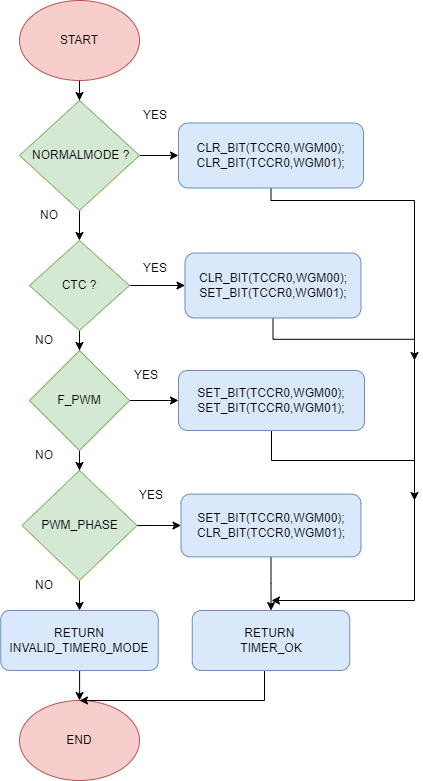
Elpolaky/Sprints keeps this draw.io diagram as Sprints_tasks/6- Embedded Systems Level 1/4- LED sequence V3.0/Design and Decumentation/APIS Design/5 - TIMER/TIMER_0_INIT.png. Above is the earlier version. Source tidied: cells renumbered, new cells last; positions are measured from the earlier drawing's top-left corner, leaving out a move shared by most shapes. The source it was exported from:
```xml
<mxGraphModel background="#ffffff">
  <root>
    <mxCell id="0" />
    <mxCell id="1" parent="0" />
    <mxCell id="2" style="edgeStyle=orthogonalEdgeStyle;rounded=0;jettySize=auto;html=1;entryX=0.5;entryY=0;entryDx=0;entryDy=0;" parent="1" edge="1" source="3" target="6">
      <mxGeometry relative="1" as="geometry" />
    </mxCell>
    <mxCell id="3" value="START" style="ellipse;whiteSpace=wrap;html=1;fillColor=#f8cecc;strokeColor=#b85450;" parent="1" vertex="1">
      <mxGeometry x="19" width="120" height="80" as="geometry" />
    </mxCell>
    <mxCell id="4" style="edgeStyle=orthogonalEdgeStyle;rounded=0;jettySize=auto;html=1;exitX=1;exitY=0.5;exitDx=0;exitDy=0;entryX=0;entryY=0.5;entryDx=0;entryDy=0;" parent="1" edge="1" source="6" target="17">
      <mxGeometry relative="1" as="geometry" />
    </mxCell>
    <mxCell id="5" style="edgeStyle=orthogonalEdgeStyle;rounded=0;jettySize=auto;html=1;" parent="1" edge="1" source="6" target="9">
      <mxGeometry relative="1" as="geometry" />
    </mxCell>
    <mxCell id="6" value="&amp;nbsp;NORMALMODE ?" style="rhombus;whiteSpace=wrap;html=1;fillColor=#d5e8d4;strokeColor=#82b366;" parent="1" vertex="1">
      <mxGeometry x="19" y="100" width="120" height="110" as="geometry" />
    </mxCell>
    <mxCell id="7" style="edgeStyle=orthogonalEdgeStyle;rounded=0;jettySize=auto;html=1;exitX=1;exitY=0.5;exitDx=0;exitDy=0;entryX=0;entryY=0.5;entryDx=0;entryDy=0;" parent="1" edge="1" source="9" target="19">
      <mxGeometry relative="1" as="geometry" />
    </mxCell>
    <mxCell id="8" style="edgeStyle=orthogonalEdgeStyle;rounded=0;jettySize=auto;html=1;" parent="1" edge="1" source="9" target="12">
      <mxGeometry relative="1" as="geometry" />
    </mxCell>
    <mxCell id="9" value="CTC ?" style="rhombus;whiteSpace=wrap;html=1;fillColor=#d5e8d4;strokeColor=#82b366;" parent="1" vertex="1">
      <mxGeometry x="29" y="240" width="100" height="90" as="geometry" />
    </mxCell>
    <mxCell id="10" style="edgeStyle=orthogonalEdgeStyle;rounded=0;jettySize=auto;html=1;exitX=1;exitY=0.5;exitDx=0;exitDy=0;" parent="1" edge="1" source="12" target="21">
      <mxGeometry relative="1" as="geometry" />
    </mxCell>
    <mxCell id="11" style="edgeStyle=orthogonalEdgeStyle;rounded=0;jettySize=auto;html=1;" parent="1" edge="1" source="12" target="15">
      <mxGeometry relative="1" as="geometry" />
    </mxCell>
    <mxCell id="12" value="F_PWM" style="rhombus;whiteSpace=wrap;html=1;fillColor=#d5e8d4;strokeColor=#82b366;" parent="1" vertex="1">
      <mxGeometry x="29" y="350" width="100" height="100" as="geometry" />
    </mxCell>
    <mxCell id="13" style="edgeStyle=orthogonalEdgeStyle;rounded=0;jettySize=auto;html=1;exitX=1;exitY=0.5;exitDx=0;exitDy=0;entryX=0;entryY=0.5;entryDx=0;entryDy=0;" parent="1" edge="1" source="15" target="23">
      <mxGeometry relative="1" as="geometry" />
    </mxCell>
    <mxCell id="14" style="edgeStyle=orthogonalEdgeStyle;rounded=0;jettySize=auto;html=1;entryX=0.5;entryY=0;entryDx=0;entryDy=0;" parent="1" edge="1" source="15" target="25">
      <mxGeometry relative="1" as="geometry" />
    </mxCell>
    <mxCell id="15" value="PWM_PHASE" style="rhombus;whiteSpace=wrap;html=1;fillColor=#d5e8d4;strokeColor=#82b366;" parent="1" vertex="1">
      <mxGeometry x="21.5" y="470" width="115" height="110" as="geometry" />
    </mxCell>
    <mxCell id="16" style="edgeStyle=orthogonalEdgeStyle;rounded=0;jettySize=auto;html=1;" parent="1" edge="1" source="17">
      <mxGeometry relative="1" as="geometry">
        <mxPoint x="271" y="600" as="targetPoint" />
        <Array as="points">
          <mxPoint x="271" y="200" />
          <mxPoint x="414" y="200" />
          <mxPoint x="414" y="600" />
        </Array>
      </mxGeometry>
    </mxCell>
    <mxCell id="17" value="&lt;div&gt;CLR_BIT(TCCR0,WGM00);&lt;/div&gt;&lt;div&gt;&#9;&#9;CLR_BIT(TCCR0,WGM01);&lt;/div&gt;" style="rounded=1;whiteSpace=wrap;html=1;fillColor=#dae8fc;strokeColor=#6c8ebf;" parent="1" vertex="1">
      <mxGeometry x="178" y="122.5" width="185" height="65" as="geometry" />
    </mxCell>
    <mxCell id="18" style="edgeStyle=orthogonalEdgeStyle;rounded=0;jettySize=auto;html=1;exitX=0.5;exitY=1;exitDx=0;exitDy=0;" parent="1" edge="1" source="19">
      <mxGeometry relative="1" as="geometry">
        <mxPoint x="414" y="360" as="targetPoint" />
      </mxGeometry>
    </mxCell>
    <mxCell id="19" value="&lt;div&gt;CLR_BIT(TCCR0,WGM00);&lt;/div&gt;&lt;div&gt;&#9;&#9;SET_BIT(TCCR0,WGM01);&lt;/div&gt;" style="rounded=1;whiteSpace=wrap;html=1;fillColor=#dae8fc;strokeColor=#6c8ebf;" parent="1" vertex="1">
      <mxGeometry x="184.5" y="252.5" width="176" height="65" as="geometry" />
    </mxCell>
    <mxCell id="20" style="edgeStyle=orthogonalEdgeStyle;rounded=0;jettySize=auto;html=1;" parent="1" edge="1" source="21">
      <mxGeometry relative="1" as="geometry">
        <mxPoint x="414" y="500" as="targetPoint" />
        <Array as="points">
          <mxPoint x="271" y="460" />
          <mxPoint x="414" y="460" />
        </Array>
      </mxGeometry>
    </mxCell>
    <mxCell id="21" value="&lt;div&gt;SET_BIT(TCCR0,WGM00);&lt;/div&gt;&lt;div&gt;&#9;&#9;SET_BIT(TCCR0,WGM01);&lt;/div&gt;" style="rounded=1;whiteSpace=wrap;html=1;fillColor=#dae8fc;strokeColor=#6c8ebf;" parent="1" vertex="1">
      <mxGeometry x="178" y="370" width="186" height="60" as="geometry" />
    </mxCell>
    <mxCell id="22" style="edgeStyle=orthogonalEdgeStyle;rounded=0;jettySize=auto;html=1;" parent="1" edge="1" source="23" target="36">
      <mxGeometry relative="1" as="geometry" />
    </mxCell>
    <mxCell id="23" value="&lt;div&gt;SET_BIT(TCCR0,WGM00);&lt;/div&gt;&lt;div&gt;&#9;&#9;CLR_BIT(TCCR0,WGM01);&lt;/div&gt;" style="rounded=1;whiteSpace=wrap;html=1;fillColor=#dae8fc;strokeColor=#6c8ebf;" parent="1" vertex="1">
      <mxGeometry x="180.5" y="493.6" width="180" height="62.8" as="geometry" />
    </mxCell>
    <mxCell id="24" style="edgeStyle=orthogonalEdgeStyle;rounded=0;jettySize=auto;html=1;" parent="1" edge="1" source="25" target="26">
      <mxGeometry relative="1" as="geometry" />
    </mxCell>
    <mxCell id="25" value="RETURN INVALID_TIMER0_MODE" style="rounded=1;whiteSpace=wrap;html=1;fillColor=#dae8fc;strokeColor=#6c8ebf;" parent="1" vertex="1">
      <mxGeometry x="0.2" y="610" width="157.5" height="60" as="geometry" />
    </mxCell>
    <mxCell id="26" value="END" style="ellipse;whiteSpace=wrap;html=1;fillColor=#f8cecc;strokeColor=#b85450;" parent="1" vertex="1">
      <mxGeometry x="19" y="700" width="120" height="80" as="geometry" />
    </mxCell>
    <mxCell id="27" value="YES" style="text;html=1;strokeColor=none;fillColor=none;align=center;verticalAlign=middle;whiteSpace=wrap;rounded=0;" parent="1" vertex="1">
      <mxGeometry x="124.5" y="100" width="60" height="30" as="geometry" />
    </mxCell>
    <mxCell id="28" value="YES" style="text;html=1;strokeColor=none;fillColor=none;align=center;verticalAlign=middle;whiteSpace=wrap;rounded=0;" parent="1" vertex="1">
      <mxGeometry x="124.5" y="252.5" width="60" height="30" as="geometry" />
    </mxCell>
    <mxCell id="29" value="YES" style="text;html=1;strokeColor=none;fillColor=none;align=center;verticalAlign=middle;whiteSpace=wrap;rounded=0;" parent="1" vertex="1">
      <mxGeometry x="118" y="360" width="56" height="30" as="geometry" />
    </mxCell>
    <mxCell id="30" value="YES" style="text;html=1;strokeColor=none;fillColor=none;align=center;verticalAlign=middle;whiteSpace=wrap;rounded=0;" parent="1" vertex="1">
      <mxGeometry x="120.5" y="480" width="60" height="30" as="geometry" />
    </mxCell>
    <mxCell id="31" value="NO" style="text;html=1;strokeColor=none;fillColor=none;align=center;verticalAlign=middle;whiteSpace=wrap;rounded=0;" parent="1" vertex="1">
      <mxGeometry x="19" y="200" width="60" height="30" as="geometry" />
    </mxCell>
    <mxCell id="32" value="NO" style="text;html=1;strokeColor=none;fillColor=none;align=center;verticalAlign=middle;whiteSpace=wrap;rounded=0;" parent="1" vertex="1">
      <mxGeometry x="14" y="325" width="60" height="30" as="geometry" />
    </mxCell>
    <mxCell id="33" value="NO" style="text;html=1;strokeColor=none;fillColor=none;align=center;verticalAlign=middle;whiteSpace=wrap;rounded=0;" parent="1" vertex="1">
      <mxGeometry x="14" y="440" width="60" height="30" as="geometry" />
    </mxCell>
    <mxCell id="34" value="NO" style="text;html=1;strokeColor=none;fillColor=none;align=center;verticalAlign=middle;whiteSpace=wrap;rounded=0;" parent="1" vertex="1">
      <mxGeometry x="14" y="570" width="60" height="30" as="geometry" />
    </mxCell>
    <mxCell id="35" style="edgeStyle=orthogonalEdgeStyle;rounded=0;jettySize=auto;html=1;entryX=0.5;entryY=0;entryDx=0;entryDy=0;" parent="1" edge="1" source="36" target="26">
      <mxGeometry relative="1" as="geometry">
        <Array as="points">
          <mxPoint x="264" y="700" />
        </Array>
      </mxGeometry>
    </mxCell>
    <mxCell id="36" value="RETURN&amp;nbsp;&lt;br&gt;TIMER_OK" style="rounded=1;whiteSpace=wrap;html=1;fillColor=#dae8fc;strokeColor=#6c8ebf;" parent="1" vertex="1">
      <mxGeometry x="191.8" y="610" width="157.5" height="60" as="geometry" />
    </mxCell>
  </root>
</mxGraphModel>
```
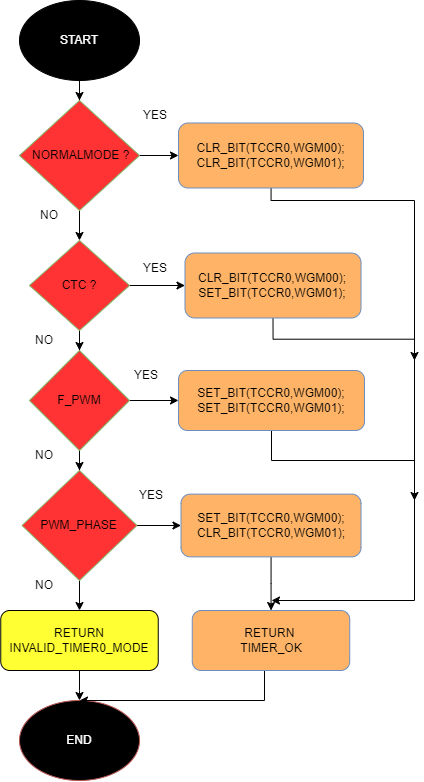
The same diagram one commit later.

Change to the diagram source:
```diff
@@ -5,7 +5,7 @@
     <mxCell id="2" style="edgeStyle=orthogonalEdgeStyle;rounded=0;jettySize=auto;html=1;entryX=0.5;entryY=0;entryDx=0;entryDy=0;" parent="1" edge="1" source="3" target="6">
       <mxGeometry relative="1" as="geometry" />
     </mxCell>
-    <mxCell id="3" value="START" style="ellipse;whiteSpace=wrap;html=1;fillColor=#f8cecc;strokeColor=#b85450;" parent="1" vertex="1">
+    <mxCell id="3" value="&lt;font color=&quot;#ffffff&quot;&gt;START&lt;/font&gt;" style="ellipse;whiteSpace=wrap;html=1;fillColor=#000000;strokeColor=#000000;" parent="1" vertex="1">
       <mxGeometry x="19" width="120" height="80" as="geometry" />
     </mxCell>
     <mxCell id="4" style="edgeStyle=orthogonalEdgeStyle;rounded=0;jettySize=auto;html=1;exitX=1;exitY=0.5;exitDx=0;exitDy=0;entryX=0;entryY=0.5;entryDx=0;entryDy=0;" parent="1" edge="1" source="6" target="17">
@@ -14,7 +14,7 @@
     <mxCell id="5" style="edgeStyle=orthogonalEdgeStyle;rounded=0;jettySize=auto;html=1;" parent="1" edge="1" source="6" target="9">
       <mxGeometry relative="1" as="geometry" />
     </mxCell>
-    <mxCell id="6" value="&amp;nbsp;NORMALMODE ?" style="rhombus;whiteSpace=wrap;html=1;fillColor=#d5e8d4;strokeColor=#82b366;" parent="1" vertex="1">
+    <mxCell id="6" value="&amp;nbsp;NORMALMODE ?" style="rhombus;whiteSpace=wrap;html=1;fillColor=#FF3333;strokeColor=#82b366;" parent="1" vertex="1">
       <mxGeometry x="19" y="100" width="120" height="110" as="geometry" />
     </mxCell>
     <mxCell id="7" style="edgeStyle=orthogonalEdgeStyle;rounded=0;jettySize=auto;html=1;exitX=1;exitY=0.5;exitDx=0;exitDy=0;entryX=0;entryY=0.5;entryDx=0;entryDy=0;" parent="1" edge="1" source="9" target="19">
@@ -23,7 +23,7 @@
     <mxCell id="8" style="edgeStyle=orthogonalEdgeStyle;rounded=0;jettySize=auto;html=1;" parent="1" edge="1" source="9" target="12">
       <mxGeometry relative="1" as="geometry" />
     </mxCell>
-    <mxCell id="9" value="CTC ?" style="rhombus;whiteSpace=wrap;html=1;fillColor=#d5e8d4;strokeColor=#82b366;" parent="1" vertex="1">
+    <mxCell id="9" value="CTC ?" style="rhombus;whiteSpace=wrap;html=1;fillColor=#FF3333;strokeColor=#82b366;" parent="1" vertex="1">
       <mxGeometry x="29" y="240" width="100" height="90" as="geometry" />
     </mxCell>
     <mxCell id="10" style="edgeStyle=orthogonalEdgeStyle;rounded=0;jettySize=auto;html=1;exitX=1;exitY=0.5;exitDx=0;exitDy=0;" parent="1" edge="1" source="12" target="21">
@@ -32,7 +32,7 @@
     <mxCell id="11" style="edgeStyle=orthogonalEdgeStyle;rounded=0;jettySize=auto;html=1;" parent="1" edge="1" source="12" target="15">
       <mxGeometry relative="1" as="geometry" />
     </mxCell>
-    <mxCell id="12" value="F_PWM" style="rhombus;whiteSpace=wrap;html=1;fillColor=#d5e8d4;strokeColor=#82b366;" parent="1" vertex="1">
+    <mxCell id="12" value="F_PWM" style="rhombus;whiteSpace=wrap;html=1;fillColor=#FF3333;strokeColor=#82b366;" parent="1" vertex="1">
       <mxGeometry x="29" y="350" width="100" height="100" as="geometry" />
     </mxCell>
     <mxCell id="13" style="edgeStyle=orthogonalEdgeStyle;rounded=0;jettySize=auto;html=1;exitX=1;exitY=0.5;exitDx=0;exitDy=0;entryX=0;entryY=0.5;entryDx=0;entryDy=0;" parent="1" edge="1" source="15" target="23">
@@ -41,7 +41,7 @@
     <mxCell id="14" style="edgeStyle=orthogonalEdgeStyle;rounded=0;jettySize=auto;html=1;entryX=0.5;entryY=0;entryDx=0;entryDy=0;" parent="1" edge="1" source="15" target="25">
       <mxGeometry relative="1" as="geometry" />
     </mxCell>
-    <mxCell id="15" value="PWM_PHASE" style="rhombus;whiteSpace=wrap;html=1;fillColor=#d5e8d4;strokeColor=#82b366;" parent="1" vertex="1">
+    <mxCell id="15" value="PWM_PHASE" style="rhombus;whiteSpace=wrap;html=1;fillColor=#FF3333;strokeColor=#82b366;" parent="1" vertex="1">
       <mxGeometry x="21.5" y="470" width="115" height="110" as="geometry" />
     </mxCell>
     <mxCell id="16" style="edgeStyle=orthogonalEdgeStyle;rounded=0;jettySize=auto;html=1;" parent="1" edge="1" source="17">
@@ -54,7 +54,7 @@
         </Array>
       </mxGeometry>
     </mxCell>
-    <mxCell id="17" value="&lt;div&gt;CLR_BIT(TCCR0,WGM00);&lt;/div&gt;&lt;div&gt;&#9;&#9;CLR_BIT(TCCR0,WGM01);&lt;/div&gt;" style="rounded=1;whiteSpace=wrap;html=1;fillColor=#dae8fc;strokeColor=#6c8ebf;" parent="1" vertex="1">
+    <mxCell id="17" value="&lt;div&gt;CLR_BIT(TCCR0,WGM00);&lt;/div&gt;&lt;div&gt;&#9;&#9;CLR_BIT(TCCR0,WGM01);&lt;/div&gt;" style="rounded=1;whiteSpace=wrap;html=1;fillColor=#FFB366;strokeColor=#6c8ebf;" parent="1" vertex="1">
       <mxGeometry x="178" y="122.5" width="185" height="65" as="geometry" />
     </mxCell>
     <mxCell id="18" style="edgeStyle=orthogonalEdgeStyle;rounded=0;jettySize=auto;html=1;exitX=0.5;exitY=1;exitDx=0;exitDy=0;" parent="1" edge="1" source="19">
@@ -62,7 +62,7 @@
         <mxPoint x="414" y="360" as="targetPoint" />
       </mxGeometry>
     </mxCell>
-    <mxCell id="19" value="&lt;div&gt;CLR_BIT(TCCR0,WGM00);&lt;/div&gt;&lt;div&gt;&#9;&#9;SET_BIT(TCCR0,WGM01);&lt;/div&gt;" style="rounded=1;whiteSpace=wrap;html=1;fillColor=#dae8fc;strokeColor=#6c8ebf;" parent="1" vertex="1">
+    <mxCell id="19" value="&lt;div&gt;CLR_BIT(TCCR0,WGM00);&lt;/div&gt;&lt;div&gt;&#9;&#9;SET_BIT(TCCR0,WGM01);&lt;/div&gt;" style="rounded=1;whiteSpace=wrap;html=1;fillColor=#FFB366;strokeColor=#6c8ebf;" parent="1" vertex="1">
       <mxGeometry x="184.5" y="252.5" width="176" height="65" as="geometry" />
     </mxCell>
     <mxCell id="20" style="edgeStyle=orthogonalEdgeStyle;rounded=0;jettySize=auto;html=1;" parent="1" edge="1" source="21">
@@ -74,22 +74,22 @@
         </Array>
       </mxGeometry>
     </mxCell>
-    <mxCell id="21" value="&lt;div&gt;SET_BIT(TCCR0,WGM00);&lt;/div&gt;&lt;div&gt;&#9;&#9;SET_BIT(TCCR0,WGM01);&lt;/div&gt;" style="rounded=1;whiteSpace=wrap;html=1;fillColor=#dae8fc;strokeColor=#6c8ebf;" parent="1" vertex="1">
+    <mxCell id="21" value="&lt;div&gt;SET_BIT(TCCR0,WGM00);&lt;/div&gt;&lt;div&gt;&#9;&#9;SET_BIT(TCCR0,WGM01);&lt;/div&gt;" style="rounded=1;whiteSpace=wrap;html=1;fillColor=#FFB366;strokeColor=#6c8ebf;" parent="1" vertex="1">
       <mxGeometry x="178" y="370" width="186" height="60" as="geometry" />
     </mxCell>
     <mxCell id="22" style="edgeStyle=orthogonalEdgeStyle;rounded=0;jettySize=auto;html=1;" parent="1" edge="1" source="23" target="36">
       <mxGeometry relative="1" as="geometry" />
     </mxCell>
-    <mxCell id="23" value="&lt;div&gt;SET_BIT(TCCR0,WGM00);&lt;/div&gt;&lt;div&gt;&#9;&#9;CLR_BIT(TCCR0,WGM01);&lt;/div&gt;" style="rounded=1;whiteSpace=wrap;html=1;fillColor=#dae8fc;strokeColor=#6c8ebf;" parent="1" vertex="1">
+    <mxCell id="23" value="&lt;div&gt;SET_BIT(TCCR0,WGM00);&lt;/div&gt;&lt;div&gt;&#9;&#9;CLR_BIT(TCCR0,WGM01);&lt;/div&gt;" style="rounded=1;whiteSpace=wrap;html=1;fillColor=#FFB366;strokeColor=#6c8ebf;" parent="1" vertex="1">
       <mxGeometry x="180.5" y="493.6" width="180" height="62.8" as="geometry" />
     </mxCell>
     <mxCell id="24" style="edgeStyle=orthogonalEdgeStyle;rounded=0;jettySize=auto;html=1;" parent="1" edge="1" source="25" target="26">
       <mxGeometry relative="1" as="geometry" />
     </mxCell>
-    <mxCell id="25" value="RETURN INVALID_TIMER0_MODE" style="rounded=1;whiteSpace=wrap;html=1;fillColor=#dae8fc;strokeColor=#6c8ebf;" parent="1" vertex="1">
+    <mxCell id="25" value="RETURN INVALID_TIMER0_MODE" style="rounded=1;whiteSpace=wrap;html=1;fillColor=#FFFF33;strokeColor=#000000;" parent="1" vertex="1">
       <mxGeometry x="0.2" y="610" width="157.5" height="60" as="geometry" />
     </mxCell>
-    <mxCell id="26" value="END" style="ellipse;whiteSpace=wrap;html=1;fillColor=#f8cecc;strokeColor=#b85450;" parent="1" vertex="1">
+    <mxCell id="26" value="&lt;font color=&quot;#ffffff&quot;&gt;END&lt;/font&gt;" style="ellipse;whiteSpace=wrap;html=1;fillColor=#000000;strokeColor=#b85450;" parent="1" vertex="1">
       <mxGeometry x="19" y="700" width="120" height="80" as="geometry" />
     </mxCell>
     <mxCell id="27" value="YES" style="text;html=1;strokeColor=none;fillColor=none;align=center;verticalAlign=middle;whiteSpace=wrap;rounded=0;" parent="1" vertex="1">
@@ -123,7 +123,7 @@
         </Array>
       </mxGeometry>
     </mxCell>
-    <mxCell id="36" value="RETURN&amp;nbsp;&lt;br&gt;TIMER_OK" style="rounded=1;whiteSpace=wrap;html=1;fillColor=#dae8fc;strokeColor=#6c8ebf;" parent="1" vertex="1">
+    <mxCell id="36" value="RETURN&amp;nbsp;&lt;br&gt;TIMER_OK" style="rounded=1;whiteSpace=wrap;html=1;fillColor=#FFB366;strokeColor=#6c8ebf;" parent="1" vertex="1">
       <mxGeometry x="191.8" y="610" width="157.5" height="60" as="geometry" />
     </mxCell>
   </root>
```
